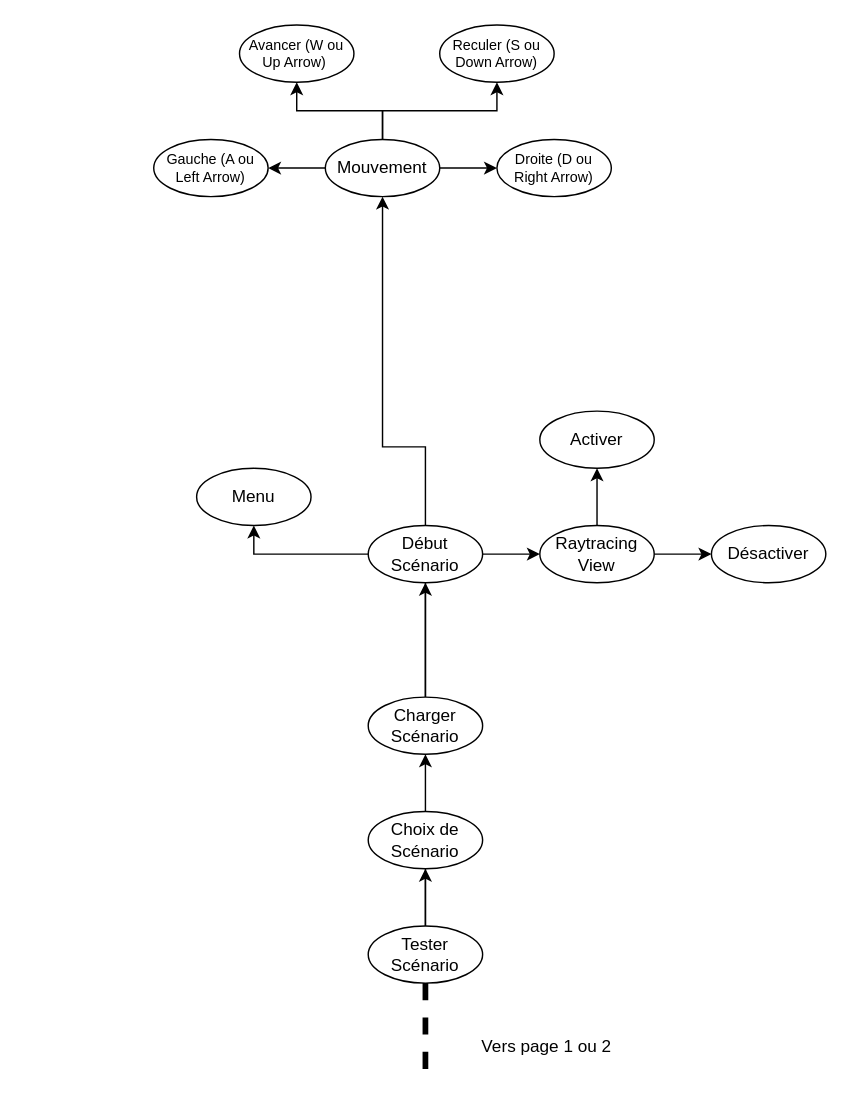
This is doc/UML/draw_format/UML_simulation_mode.drawio from Cemecla/Acoustic-Tracing, a draw.io file, before an edit. Source tidied: cells renumbered, new cells numbered last; positions are measured from the earlier drawing's top-left corner, leaving out a move shared by most shapes. Both pictures are drawn from the tidied source at 143%, with x=0, y=0 at pixel (153, 24).
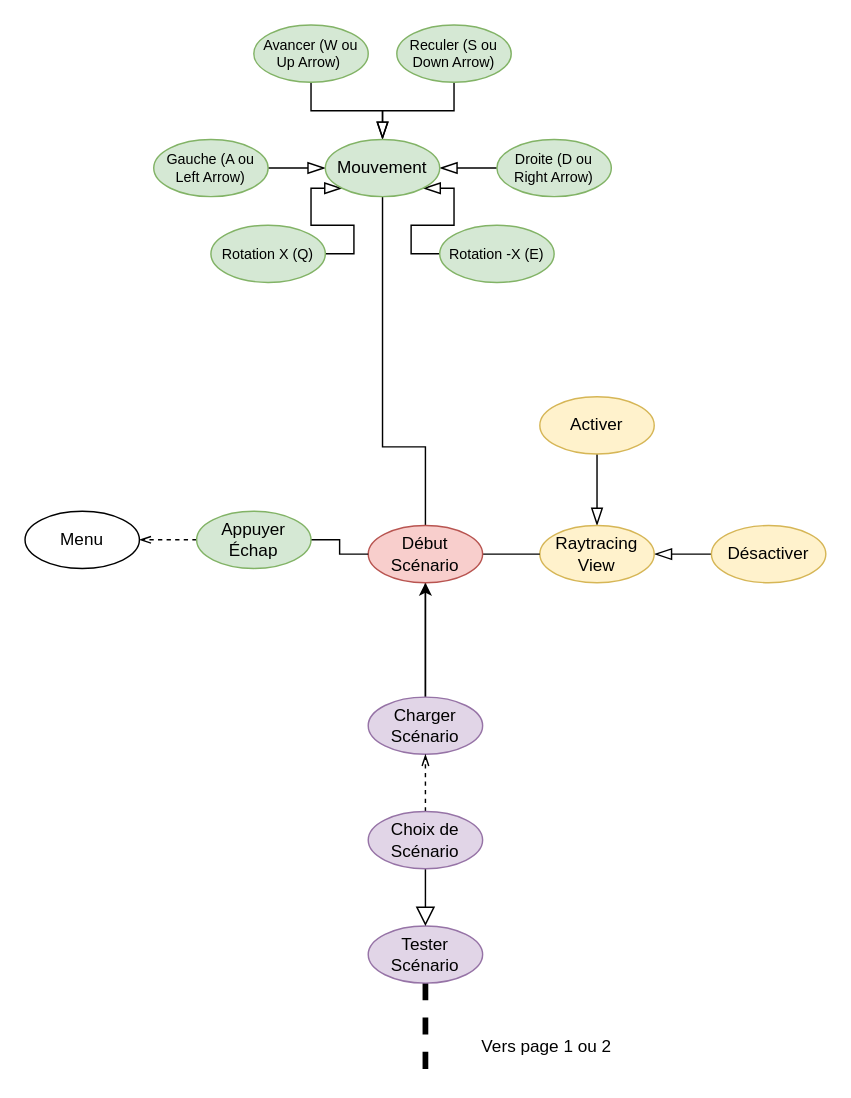
Above is the later version.

Change to the diagram source:
```diff
@@
-    <mxCell id="2" style="edgeStyle=orthogonalEdgeStyle;rounded=0;jettySize=auto;html=1;" parent="1" edge="1" source="5" target="9">
-      <mxGeometry relative="1" as="geometry" />
-    </mxCell>
-    <mxCell id="3" style="edgeStyle=orthogonalEdgeStyle;rounded=0;jettySize=auto;html=1;" parent="1" edge="1" source="5" target="19">
-      <mxGeometry relative="1" as="geometry" />
-    </mxCell>
@@
-    <mxCell id="5" value="Tester Scénario" style="ellipse;whiteSpace=wrap;html=1;" parent="1" vertex="1">
+    <mxCell id="5" value="Tester Scénario" style="ellipse;whiteSpace=wrap;html=1;fillColor=#e1d5e7;strokeColor=#9673a6;" parent="1" vertex="1">
       <mxGeometry x="150" y="630" width="80" height="40" as="geometry" />
     </mxCell>
-    <mxCell id="6" style="edgeStyle=orthogonalEdgeStyle;rounded=0;jettySize=auto;html=1;entryX=0.5;entryY=1;entryDx=0;entryDy=0;exitX=0;exitY=0.5;exitDx=0;exitDy=0;" parent="1" edge="1" source="27" target="10">
-      <mxGeometry relative="1" as="geometry" />
-    </mxCell>
-    <mxCell id="7" style="edgeStyle=orthogonalEdgeStyle;rounded=0;jettySize=auto;html=1;" parent="1" edge="1" source="9" target="15">
+    <mxCell id="7" style="edgeStyle=orthogonalEdgeStyle;rounded=0;jettySize=auto;html=1;endArrow=none;startFill=0;" parent="1" edge="1" source="9" target="15">
       <mxGeometry relative="1" as="geometry" />
     </mxCell>
@@
-    <mxCell id="9" value="Charger Scénario" style="ellipse;whiteSpace=wrap;html=1;" parent="1" vertex="1">
+    <mxCell id="9" value="Charger Scénario" style="ellipse;whiteSpace=wrap;html=1;fillColor=#e1d5e7;strokeColor=#9673a6;" parent="1" vertex="1">
       <mxGeometry x="150" y="470" width="80" height="40" as="geometry" />
     </mxCell>
     <mxCell id="10" value="Menu" style="ellipse;whiteSpace=wrap;html=1;" parent="1" vertex="1">
-      <mxGeometry x="30" y="310" width="80" height="40" as="geometry" />
+      <mxGeometry x="-90" y="340" width="80" height="40" as="geometry" />
     </mxCell>
-    <mxCell id="11" style="edgeStyle=orthogonalEdgeStyle;rounded=0;jettySize=auto;html=1;" parent="1" edge="1" source="15" target="22">
+    <mxCell id="11" style="edgeStyle=orthogonalEdgeStyle;rounded=0;jettySize=auto;html=1;endArrow=none;startFill=0;startArrow=blockThin;endSize=10;startSize=10;" parent="1" edge="1" source="15" target="22">
       <mxGeometry relative="1" as="geometry" />
     </mxCell>
-    <mxCell id="12" style="edgeStyle=orthogonalEdgeStyle;rounded=0;jettySize=auto;html=1;" parent="1" edge="1" source="15" target="23">
+    <mxCell id="12" style="edgeStyle=orthogonalEdgeStyle;rounded=0;jettySize=auto;html=1;endArrow=none;startFill=0;startArrow=blockThin;endSize=10;startSize=10;" parent="1" edge="1" source="15" target="23">
       <mxGeometry relative="1" as="geometry" />
     </mxCell>
-    <mxCell id="13" style="edgeStyle=orthogonalEdgeStyle;rounded=0;jettySize=auto;html=1;" parent="1" edge="1" source="15" target="24">
+    <mxCell id="13" style="edgeStyle=orthogonalEdgeStyle;rounded=0;jettySize=auto;html=1;endArrow=none;startFill=0;startArrow=blockThin;endSize=10;startSize=10;" parent="1" edge="1" source="15" target="24">
       <mxGeometry relative="1" as="geometry" />
     </mxCell>
-    <mxCell id="14" style="edgeStyle=orthogonalEdgeStyle;rounded=0;jettySize=auto;html=1;" parent="1" edge="1" source="15" target="25">
+    <mxCell id="14" style="edgeStyle=orthogonalEdgeStyle;rounded=0;jettySize=auto;html=1;endArrow=none;startFill=0;startArrow=blockThin;endSize=10;startSize=10;" parent="1" edge="1" source="15" target="25">
       <mxGeometry relative="1" as="geometry" />
     </mxCell>
+    <mxCell id="29" style="edgeStyle=orthogonalEdgeStyle;rounded=0;jettySize=auto;html=1;exitX=0;exitY=1;exitDx=0;exitDy=0;entryX=1;entryY=0.5;entryDx=0;entryDy=0;endArrow=none;startFill=0;startArrow=blockThin;endSize=10;startSize=10;" parent="1" edge="1" source="15" target="36">
+      <mxGeometry relative="1" as="geometry">
+        <Array as="points">
+          <mxPoint x="110" y="114" />
+          <mxPoint x="110" y="140" />
+          <mxPoint x="140" y="140" />
+          <mxPoint x="140" y="160" />
+        </Array>
+      </mxGeometry>
+    </mxCell>
+    <mxCell id="30" style="edgeStyle=orthogonalEdgeStyle;rounded=0;jettySize=auto;html=1;exitX=1;exitY=1;exitDx=0;exitDy=0;entryX=0;entryY=0.5;entryDx=0;entryDy=0;endArrow=none;startFill=0;startArrow=blockThin;endSize=10;startSize=10;" parent="1" edge="1" source="15" target="37">
+      <mxGeometry relative="1" as="geometry">
+        <Array as="points">
+          <mxPoint x="210" y="114" />
+          <mxPoint x="210" y="140" />
+          <mxPoint x="180" y="140" />
+          <mxPoint x="180" y="160" />
+        </Array>
+      </mxGeometry>
+    </mxCell>
-    <mxCell id="15" value="Mouvement" style="ellipse;whiteSpace=wrap;html=1;" parent="1" vertex="1">
+    <mxCell id="15" value="Mouvement" style="ellipse;whiteSpace=wrap;html=1;fillColor=#d5e8d4;strokeColor=#82b366;" parent="1" vertex="1">
       <mxGeometry x="120" y="80" width="80" height="40" as="geometry" />
     </mxCell>
-    <mxCell id="16" style="edgeStyle=orthogonalEdgeStyle;rounded=0;jettySize=auto;html=1;" parent="1" edge="1" source="18" target="20">
+    <mxCell id="16" style="edgeStyle=orthogonalEdgeStyle;rounded=0;jettySize=auto;html=1;endArrow=none;startFill=0;startArrow=blockThin;endSize=10;startSize=10;" parent="1" edge="1" source="18" target="20">
       <mxGeometry relative="1" as="geometry" />
     </mxCell>
-    <mxCell id="17" style="edgeStyle=orthogonalEdgeStyle;rounded=0;jettySize=auto;html=1;" parent="1" edge="1" source="18" target="21">
+    <mxCell id="17" style="edgeStyle=orthogonalEdgeStyle;rounded=0;jettySize=auto;html=1;endArrow=none;startFill=0;startArrow=blockThin;endSize=10;startSize=10;" parent="1" edge="1" source="18" target="21">
       <mxGeometry relative="1" as="geometry" />
     </mxCell>
-    <mxCell id="18" value="Raytracing View" style="ellipse;whiteSpace=wrap;html=1;" parent="1" vertex="1">
+    <mxCell id="18" value="Raytracing View" style="ellipse;whiteSpace=wrap;html=1;fillColor=#fff2cc;strokeColor=#d6b656;" parent="1" vertex="1">
       <mxGeometry x="270" y="350" width="80" height="40" as="geometry" />
     </mxCell>
+    <mxCell id="31" style="edgeStyle=orthogonalEdgeStyle;rounded=0;jettySize=auto;html=1;entryX=0.5;entryY=1;entryDx=0;entryDy=0;dashed=1;endArrow=openThin;endFill=0;" parent="1" edge="1" source="19" target="9">
+      <mxGeometry relative="1" as="geometry" />
+    </mxCell>
+    <mxCell id="32" style="edgeStyle=orthogonalEdgeStyle;rounded=0;jettySize=auto;html=1;entryX=0.5;entryY=0;entryDx=0;entryDy=0;endArrow=block;endFill=0;endSize=11;" parent="1" edge="1" source="19" target="5">
+      <mxGeometry relative="1" as="geometry" />
+    </mxCell>
-    <mxCell id="19" value="Choix de Scénario" style="ellipse;whiteSpace=wrap;html=1;" parent="1" vertex="1">
+    <mxCell id="19" value="Choix de Scénario" style="ellipse;whiteSpace=wrap;html=1;fillColor=#e1d5e7;strokeColor=#9673a6;" parent="1" vertex="1">
       <mxGeometry x="150" y="550" width="80" height="40" as="geometry" />
     </mxCell>
-    <mxCell id="20" value="Activer" style="ellipse;whiteSpace=wrap;html=1;" parent="1" vertex="1">
-      <mxGeometry x="270" y="270" width="80" height="40" as="geometry" />
+    <mxCell id="20" value="Activer" style="ellipse;whiteSpace=wrap;html=1;fillColor=#fff2cc;strokeColor=#d6b656;" parent="1" vertex="1">
+      <mxGeometry x="270" y="260" width="80" height="40" as="geometry" />
     </mxCell>
-    <mxCell id="21" value="Désactiver" style="ellipse;whiteSpace=wrap;html=1;" parent="1" vertex="1">
+    <mxCell id="21" value="Désactiver" style="ellipse;whiteSpace=wrap;html=1;fillColor=#fff2cc;strokeColor=#d6b656;" parent="1" vertex="1">
       <mxGeometry x="390" y="350" width="80" height="40" as="geometry" />
     </mxCell>
-    <mxCell id="22" value="Droite (D ou Right Arrow)" style="ellipse;whiteSpace=wrap;html=1;fontSize=10;" parent="1" vertex="1">
+    <mxCell id="22" value="Droite (D ou Right Arrow)" style="ellipse;whiteSpace=wrap;html=1;fontSize=10;fillColor=#d5e8d4;strokeColor=#82b366;" parent="1" vertex="1">
       <mxGeometry x="240" y="80" width="80" height="40" as="geometry" />
     </mxCell>
-    <mxCell id="23" value="Gauche&amp;nbsp;(A ou Left Arrow)" style="ellipse;whiteSpace=wrap;html=1;fontSize=10;" parent="1" vertex="1">
+    <mxCell id="23" value="Gauche&amp;nbsp;(A ou Left Arrow)" style="ellipse;whiteSpace=wrap;html=1;fontSize=10;fillColor=#d5e8d4;strokeColor=#82b366;" parent="1" vertex="1">
       <mxGeometry y="80" width="80" height="40" as="geometry" />
     </mxCell>
-    <mxCell id="24" value="Avancer (W ou Up Arrow)&amp;nbsp;" style="ellipse;whiteSpace=wrap;html=1;fontSize=10;" parent="1" vertex="1">
-      <mxGeometry x="60" width="80" height="40" as="geometry" />
+    <mxCell id="24" value="Avancer (W ou Up Arrow)&amp;nbsp;" style="ellipse;whiteSpace=wrap;html=1;fontSize=10;fillColor=#d5e8d4;strokeColor=#82b366;" parent="1" vertex="1">
+      <mxGeometry x="70" width="80" height="40" as="geometry" />
     </mxCell>
-    <mxCell id="25" value="Reculer&amp;nbsp;(S ou Down Arrow)" style="ellipse;whiteSpace=wrap;html=1;fontSize=10;" parent="1" vertex="1">
-      <mxGeometry x="200" width="80" height="40" as="geometry" />
+    <mxCell id="25" value="Reculer&amp;nbsp;(S ou Down Arrow)" style="ellipse;whiteSpace=wrap;html=1;fontSize=10;fillColor=#d5e8d4;strokeColor=#82b366;" parent="1" vertex="1">
+      <mxGeometry x="170" width="80" height="40" as="geometry" />
     </mxCell>
-    <mxCell id="26" style="edgeStyle=orthogonalEdgeStyle;rounded=0;jettySize=auto;html=1;entryX=0;entryY=0.5;entryDx=0;entryDy=0;" parent="1" edge="1" source="27" target="18">
+    <mxCell id="26" style="edgeStyle=orthogonalEdgeStyle;rounded=0;jettySize=auto;html=1;entryX=0;entryY=0.5;entryDx=0;entryDy=0;endArrow=none;startFill=0;" parent="1" edge="1" source="27" target="18">
       <mxGeometry relative="1" as="geometry" />
     </mxCell>
-    <mxCell id="27" value="Début Scénario" style="ellipse;whiteSpace=wrap;html=1;" parent="1" vertex="1">
+    <mxCell id="27" value="Début Scénario" style="ellipse;whiteSpace=wrap;html=1;fillColor=#f8cecc;strokeColor=#b85450;" parent="1" vertex="1">
       <mxGeometry x="150" y="350" width="80" height="40" as="geometry" />
     </mxCell>
@@
+    <mxCell id="33" style="edgeStyle=orthogonalEdgeStyle;rounded=0;jettySize=auto;html=1;entryX=0;entryY=0.5;entryDx=0;entryDy=0;endArrow=none;endFill=0;endSize=10;startFill=0;" parent="1" edge="1" source="35" target="27">
+      <mxGeometry relative="1" as="geometry" />
+    </mxCell>
+    <mxCell id="34" style="edgeStyle=orthogonalEdgeStyle;rounded=0;jettySize=auto;html=1;entryX=1;entryY=0.5;entryDx=0;entryDy=0;dashed=1;endArrow=openThin;endFill=0;" parent="1" edge="1" source="35" target="10">
+      <mxGeometry relative="1" as="geometry" />
+    </mxCell>
+    <mxCell id="35" value="Appuyer Échap" style="ellipse;whiteSpace=wrap;html=1;fillColor=#d5e8d4;strokeColor=#82b366;" parent="1" vertex="1">
+      <mxGeometry x="30" y="340" width="80" height="40" as="geometry" />
+    </mxCell>
+    <mxCell id="36" value="Rotation X (Q)" style="ellipse;whiteSpace=wrap;html=1;fontSize=10;fillColor=#d5e8d4;strokeColor=#82b366;" parent="1" vertex="1">
+      <mxGeometry x="40" y="140" width="80" height="40" as="geometry" />
+    </mxCell>
+    <mxCell id="37" value="Rotation -X (E)" style="ellipse;whiteSpace=wrap;html=1;fontSize=10;fillColor=#d5e8d4;strokeColor=#82b366;" parent="1" vertex="1">
+      <mxGeometry x="200" y="140" width="80" height="40" as="geometry" />
+    </mxCell>
```
